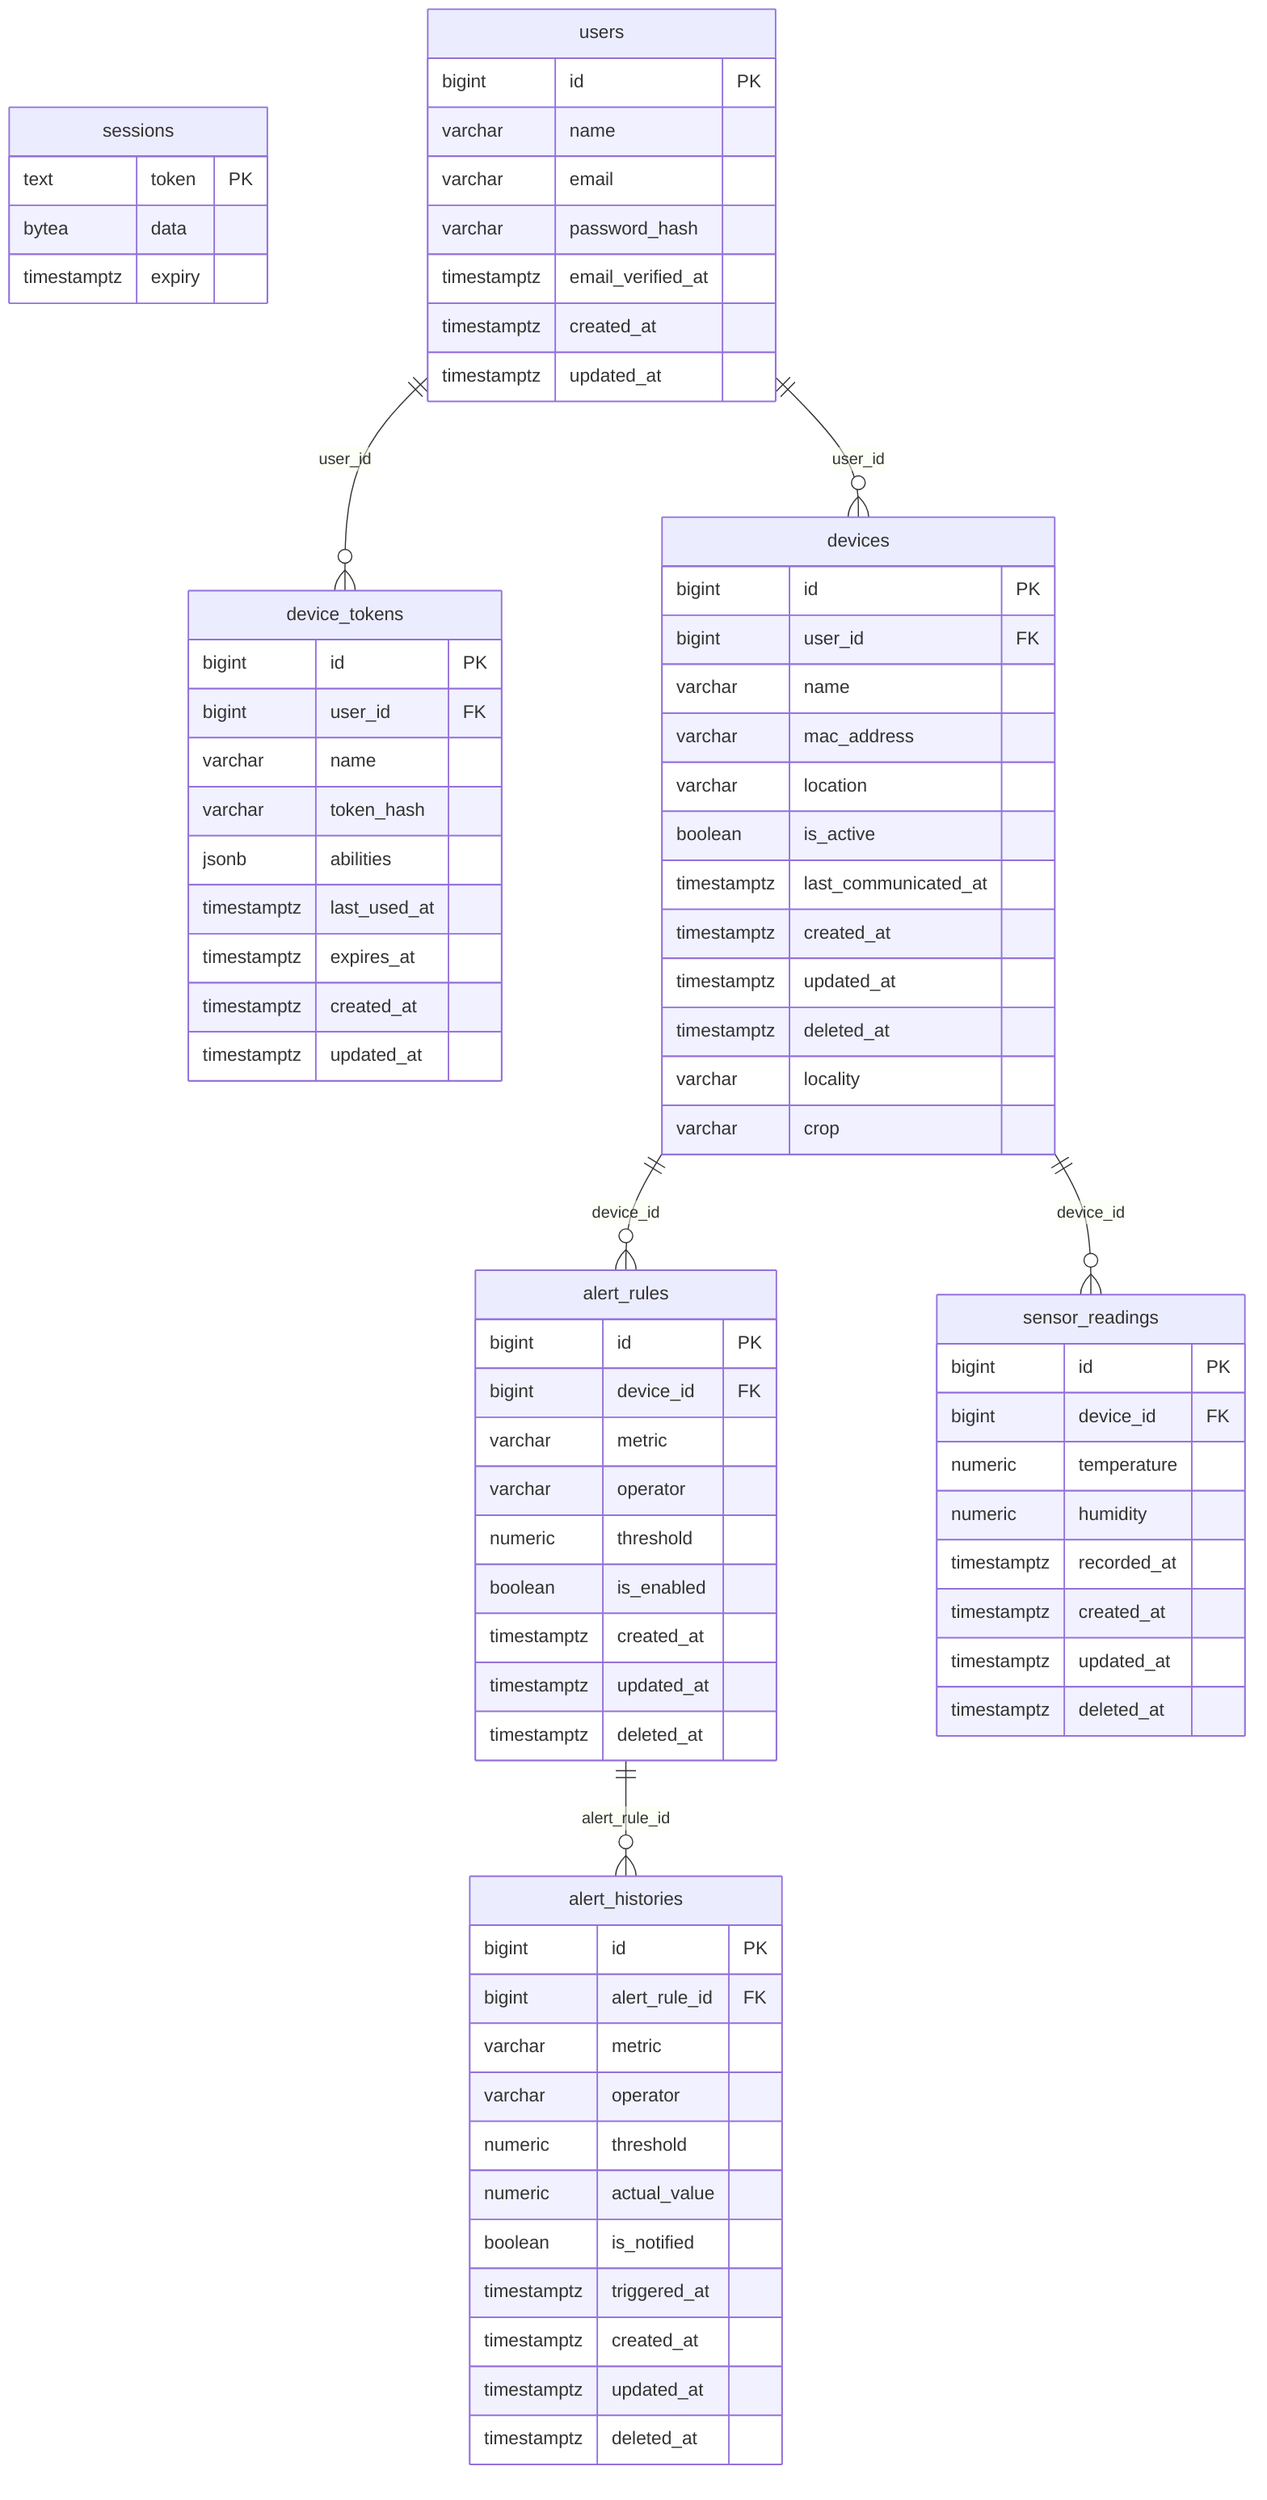
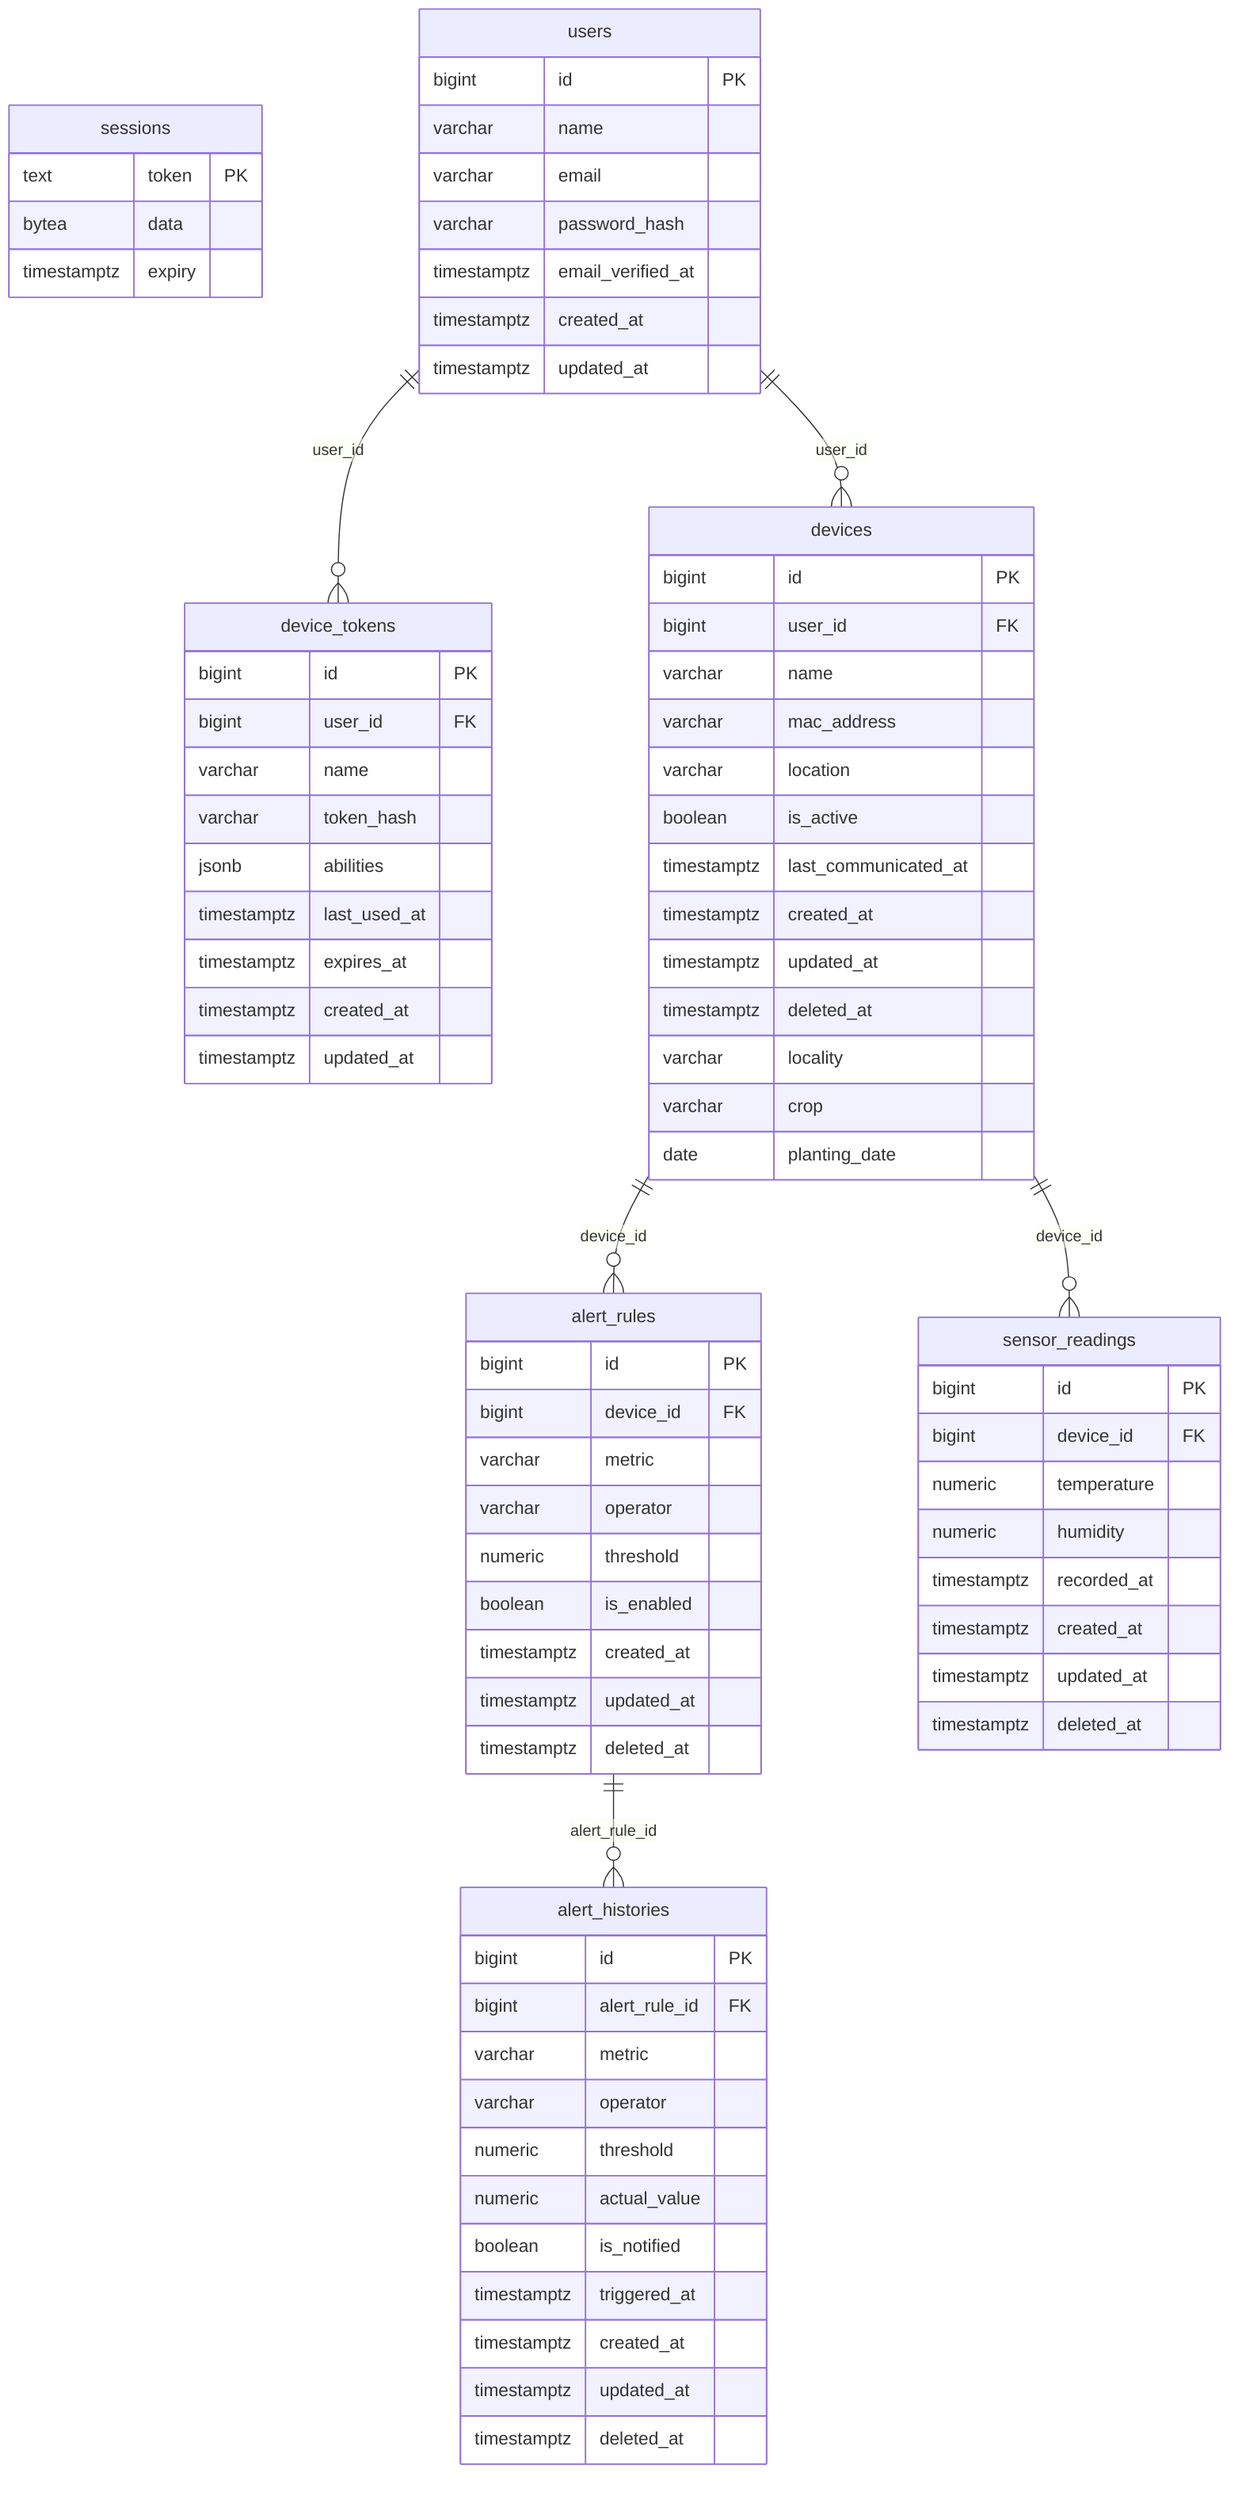
erDiagram
%% DBスナップショット — ER図 (Mermaid)。make db-snapshot で自動生成。手動編集しない。
%% 外部キー制約は張らない方針のため、関連は <table>_id 命名からの推論（論理リレーション）。
    alert_histories {
        bigint id PK
        bigint alert_rule_id FK
        varchar metric
        varchar operator
        numeric threshold
        numeric actual_value
        boolean is_notified
        timestamptz triggered_at
        timestamptz created_at
        timestamptz updated_at
        timestamptz deleted_at
    }
    alert_rules {
        bigint id PK
        bigint device_id FK
        varchar metric
        varchar operator
        numeric threshold
        boolean is_enabled
        timestamptz created_at
        timestamptz updated_at
        timestamptz deleted_at
    }
    device_tokens {
        bigint id PK
        bigint user_id FK
        varchar name
        varchar token_hash
        jsonb abilities
        timestamptz last_used_at
        timestamptz expires_at
        timestamptz created_at
        timestamptz updated_at
    }
    devices {
        bigint id PK
        bigint user_id FK
        varchar name
        varchar mac_address
        varchar location
        boolean is_active
        timestamptz last_communicated_at
        timestamptz created_at
        timestamptz updated_at
        timestamptz deleted_at
        varchar locality
        varchar crop
+         date planting_date
    }
    sensor_readings {
        bigint id PK
        bigint device_id FK
        numeric temperature
        numeric humidity
        timestamptz recorded_at
        timestamptz created_at
        timestamptz updated_at
        timestamptz deleted_at
    }
    sessions {
        text token PK
        bytea data
        timestamptz expiry
    }
    users {
        bigint id PK
        varchar name
        varchar email
        varchar password_hash
        timestamptz email_verified_at
        timestamptz created_at
        timestamptz updated_at
    }
    alert_rules ||--o{ alert_histories : alert_rule_id
    devices ||--o{ alert_rules : device_id
    users ||--o{ device_tokens : user_id
    users ||--o{ devices : user_id
    devices ||--o{ sensor_readings : device_id
